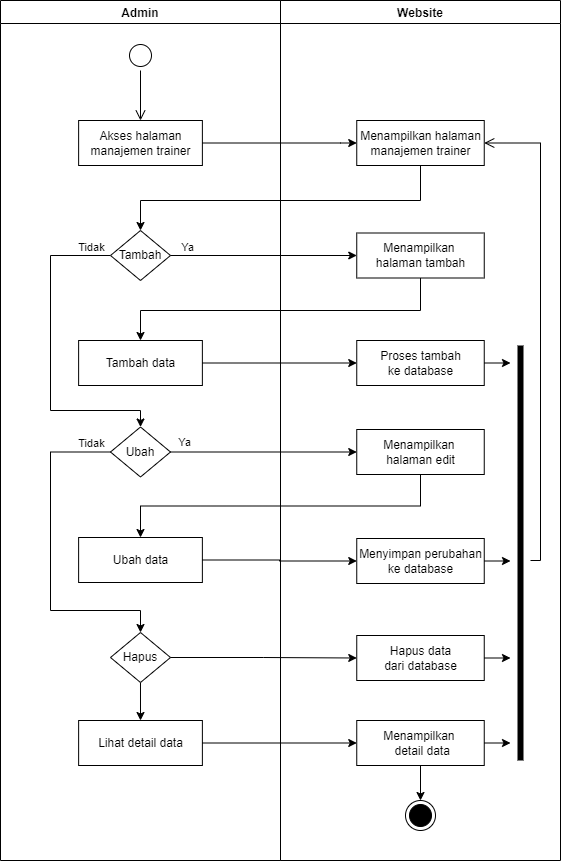
Earlier version of the draw.io export Diagram/activity_diagram/admin/admin manajemen trainer.drawio.png (secondline16/ptsuryasafetynusantara). Source tidied: cells renumbered, new cells last; positions are measured from the earlier drawing's top-left corner, leaving out a move shared by most shapes.
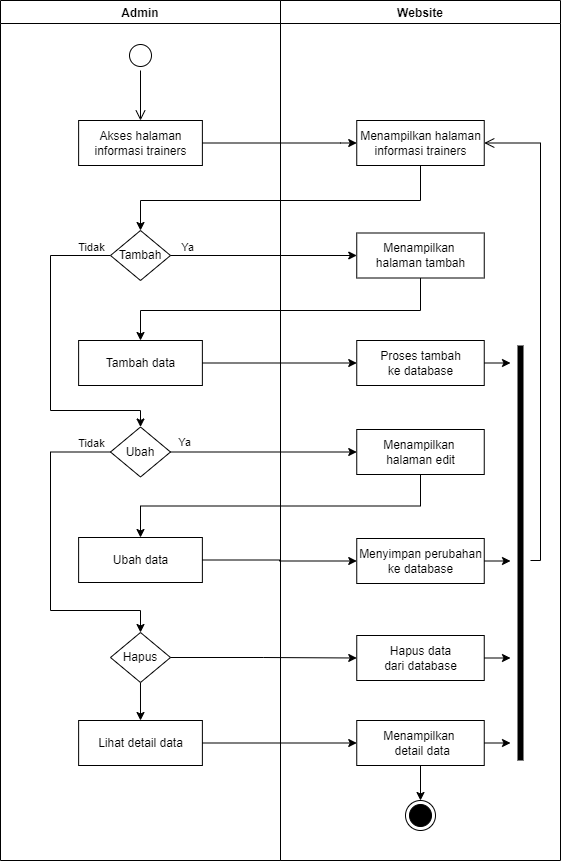
The same file after the commit.

What changed in the source:
```diff
@@ -5,7 +5,7 @@
     <mxCell id="2" value="Website" style="swimlane;fillColor=none;" parent="1" vertex="1">
       <mxGeometry x="280" width="280" height="860" as="geometry" />
     </mxCell>
-    <mxCell id="3" value="Menampilkan halaman&lt;br&gt;manajemen trainer" style="html=1;strokeColor=#000000;fillColor=default;" parent="2" vertex="1">
+    <mxCell id="3" value="Menampilkan halaman&lt;br&gt;informasi trainers" style="html=1;strokeColor=#000000;fillColor=default;" parent="2" vertex="1">
       <mxGeometry x="76.2" y="120" width="127.5" height="45" as="geometry" />
     </mxCell>
     <mxCell id="4" style="ellipse;html=1;shape=endState;fillColor=#000000;strokeColor=#000000;" parent="2" vertex="1">
@@ -55,7 +55,7 @@
         <mxPoint x="140" y="120" as="targetPoint" />
       </mxGeometry>
     </mxCell>
-    <mxCell id="17" value="Akses halaman&lt;br&gt;manajemen trainer" style="html=1;strokeColor=#000000;fillColor=default;" parent="14" vertex="1">
+    <mxCell id="17" value="Akses halaman&lt;br&gt;informasi trainers" style="html=1;strokeColor=#000000;fillColor=default;" parent="14" vertex="1">
       <mxGeometry x="78.1" y="120" width="123.8" height="45" as="geometry" />
     </mxCell>
     <mxCell id="18" style="edgeStyle=orthogonalEdgeStyle;rounded=0;jettySize=auto;html=1;exitX=0;exitY=0.5;exitDx=0;exitDy=0;entryX=0.5;entryY=0;entryDx=0;entryDy=0;" parent="14" edge="1" source="19" target="23">
```
